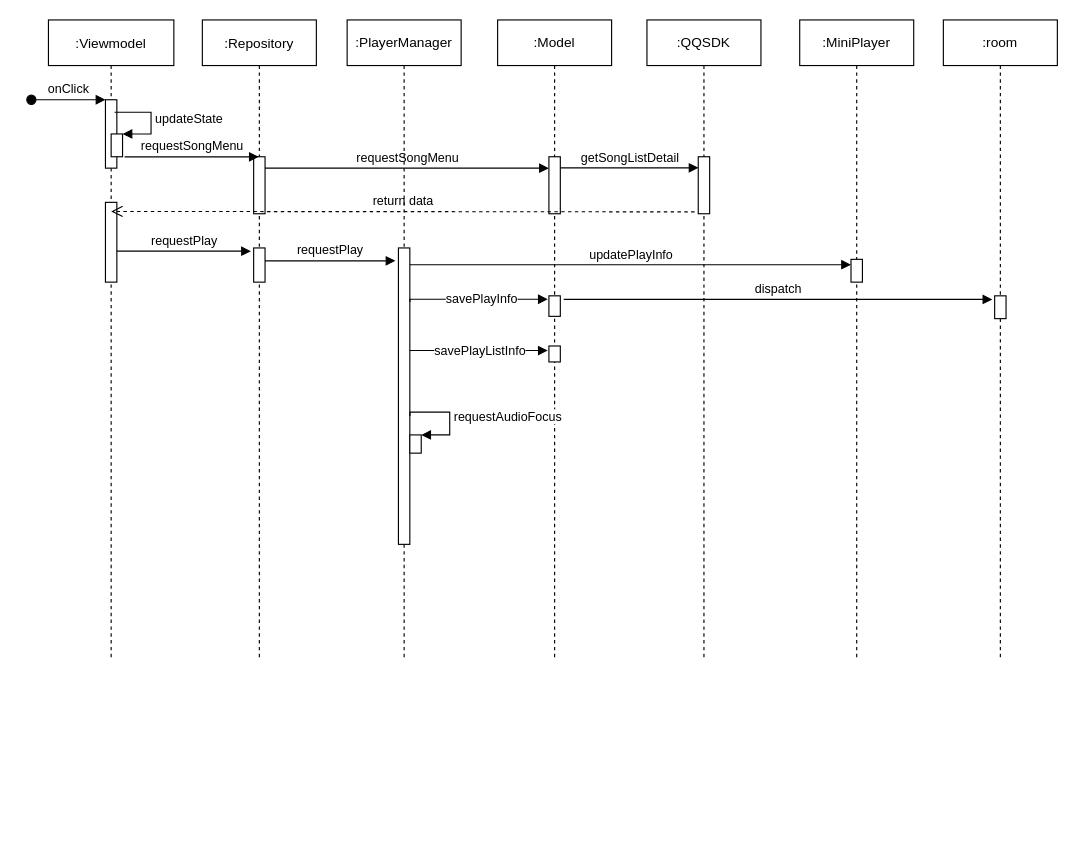
This is Untitled Diagram.drawio from milk1990/AndFix, a draw.io file, before an edit. Source tidied: cells renumbered, new cells numbered last; positions are measured from the earlier drawing's top-left corner, leaving out a move shared by most shapes. Both pictures are drawn from the tidied source at 114%, with x=0, y=0 at pixel (31, 19).
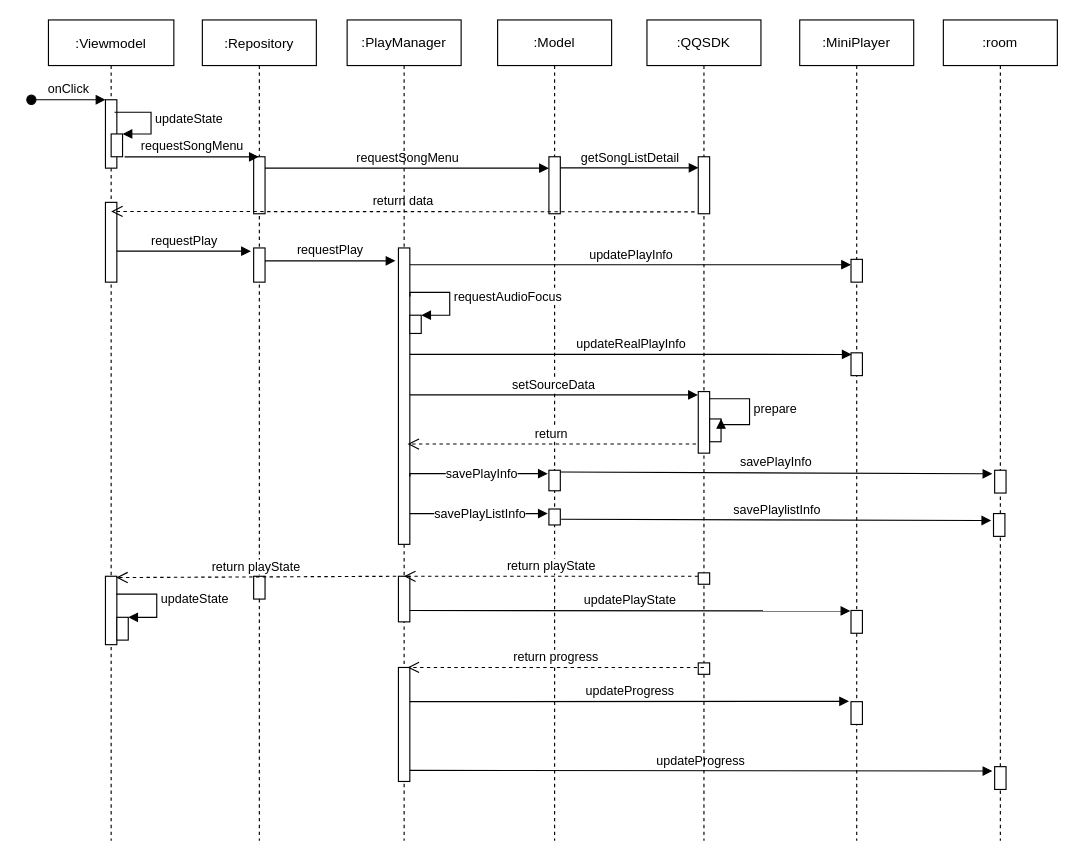
The same page after the edit.

Diff of the diagram source:
```diff
@@
     <mxCell id="2" value=":Viewmodel" style="shape=umlLifeline;perimeter=lifelinePerimeter;rounded=0;shadow=0;strokeWidth=1;" parent="1" vertex="1">
-      <mxGeometry x="15" width="110" height="560" as="geometry" />
+      <mxGeometry x="15" width="110" height="720" as="geometry" />
     </mxCell>
@@
+    <mxCell id="35" style="html=1;points=[];perimeter=orthogonalPerimeter;" parent="2" vertex="1">
+      <mxGeometry x="50" y="488" width="10" height="60" as="geometry" />
+    </mxCell>
+    <mxCell id="36" style="html=1;points=[];perimeter=orthogonalPerimeter;" parent="2" vertex="1">
+      <mxGeometry x="60" y="524" width="10" height="20" as="geometry" />
+    </mxCell>
+    <mxCell id="37" value="updateState" style="edgeStyle=orthogonalEdgeStyle;html=1;align=left;spacingLeft=2;endArrow=block;rounded=0;entryX=1;entryY=0;exitX=0.943;exitY=0.162;exitDx=0;exitDy=0;exitPerimeter=0;" parent="2" edge="1" target="36">
+      <mxGeometry relative="1" as="geometry">
+        <mxPoint x="59.4" y="503.7" as="sourcePoint" />
+        <Array as="points">
+          <mxPoint x="95" y="504" />
+          <mxPoint x="95" y="524" />
+        </Array>
+      </mxGeometry>
+    </mxCell>
     <mxCell id="8" value=":Repository" style="shape=umlLifeline;perimeter=lifelinePerimeter;rounded=0;shadow=0;strokeWidth=1;" parent="1" vertex="1">
-      <mxGeometry x="150" width="100" height="560" as="geometry" />
+      <mxGeometry x="150" width="100" height="720" as="geometry" />
     </mxCell>
@@
+    <mxCell id="38" style="html=1;perimeter=orthogonalPerimeter;" parent="8" vertex="1">
+      <mxGeometry x="45" y="488" width="10" height="20" as="geometry" />
+    </mxCell>
     <mxCell id="12" value=":Model" style="shape=umlLifeline;perimeter=lifelinePerimeter;whiteSpace=wrap;html=1;" parent="1" vertex="1">
-      <mxGeometry x="409" width="100" height="560" as="geometry" />
+      <mxGeometry x="409" width="100" height="720" as="geometry" />
     </mxCell>
@@
     <mxCell id="14" style="html=1;points=[];perimeter=orthogonalPerimeter;" parent="12" vertex="1">
-      <mxGeometry x="45" y="242" width="10" height="18" as="geometry" />
+      <mxGeometry x="45" y="395" width="10" height="18" as="geometry" />
     </mxCell>
     <mxCell id="15" style="html=1;perimeter=orthogonalPerimeter;" parent="12" vertex="1">
-      <mxGeometry x="45" y="286" width="10" height="14" as="geometry" />
+      <mxGeometry x="45" y="429" width="10" height="14" as="geometry" />
     </mxCell>
+    <mxCell id="39" value="updateProgress" style="html=1;verticalAlign=bottom;endArrow=block;rounded=0;entryX=-0.2;entryY=0.193;entryDx=0;entryDy=0;entryPerimeter=0;" parent="12" edge="1" target="53">
+      <mxGeometry relative="1" as="geometry">
+        <mxPoint x="-79" y="658.3" as="sourcePoint" />
+      </mxGeometry>
+    </mxCell>
@@
-    <mxCell id="18" value=":PlayerManager" style="shape=umlLifeline;perimeter=lifelinePerimeter;whiteSpace=wrap;html=1;" parent="1" vertex="1">
-      <mxGeometry x="277" width="100" height="560" as="geometry" />
+    <mxCell id="18" value=":PlayManager" style="shape=umlLifeline;perimeter=lifelinePerimeter;whiteSpace=wrap;html=1;" parent="1" vertex="1">
+      <mxGeometry x="277" width="100" height="720" as="geometry" />
     </mxCell>
@@
     <mxCell id="21" style="html=1;points=[];perimeter=orthogonalPerimeter;" parent="18" vertex="1">
-      <mxGeometry x="55" y="364" width="10" height="16" as="geometry" />
+      <mxGeometry x="55" y="259" width="10" height="16" as="geometry" />
     </mxCell>
     <mxCell id="22" value="requestAudioFocus" style="edgeStyle=orthogonalEdgeStyle;html=1;align=left;spacingLeft=2;endArrow=block;rounded=0;entryX=1;entryY=0;exitX=1.014;exitY=0.311;exitDx=0;exitDy=0;exitPerimeter=0;" parent="18" edge="1" target="21">
       <mxGeometry relative="1" as="geometry">
-        <mxPoint x="55.1" y="347.5" as="sourcePoint" />
+        <mxPoint x="55.1" y="242.5" as="sourcePoint" />
         <Array as="points">
-          <mxPoint x="55" y="344" />
-          <mxPoint x="90" y="344" />
-          <mxPoint x="90" y="364" />
+          <mxPoint x="55" y="239" />
+          <mxPoint x="90" y="239" />
+          <mxPoint x="90" y="259" />
         </Array>
       </mxGeometry>
     </mxCell>
+    <mxCell id="40" style="html=1;perimeter=orthogonalPerimeter;" parent="18" vertex="1">
+      <mxGeometry x="45" y="488" width="10" height="40" as="geometry" />
+    </mxCell>
+    <mxCell id="41" value="updatePlayState" style="html=1;verticalAlign=bottom;endArrow=block;rounded=0;entryX=-0.057;entryY=0.021;entryDx=0;entryDy=0;entryPerimeter=0;" parent="18" edge="1" target="51">
+      <mxGeometry relative="1" as="geometry">
+        <mxPoint x="55" y="518" as="sourcePoint" />
+      </mxGeometry>
+    </mxCell>
+    <mxCell id="42" style="html=1;perimeter=orthogonalPerimeter;" parent="18" vertex="1">
+      <mxGeometry x="45" y="568" width="10" height="100" as="geometry" />
+    </mxCell>
+    <mxCell id="43" value="updateProgress" style="html=1;verticalAlign=bottom;endArrow=block;rounded=0;entryX=-0.171;entryY=-0.014;entryDx=0;entryDy=0;entryPerimeter=0;" parent="18" edge="1" target="52">
+      <mxGeometry relative="1" as="geometry">
+        <mxPoint x="55" y="598" as="sourcePoint" />
+      </mxGeometry>
+    </mxCell>
@@
     <mxCell id="25" value=":QQSDK" style="shape=umlLifeline;perimeter=lifelinePerimeter;whiteSpace=wrap;html=1;" parent="1" vertex="1">
-      <mxGeometry x="540" width="100" height="560" as="geometry" />
+      <mxGeometry x="540" width="100" height="720" as="geometry" />
     </mxCell>
@@
+    <mxCell id="44" style="html=1;perimeter=orthogonalPerimeter;" parent="25" vertex="1">
+      <mxGeometry x="45" y="326" width="10" height="54" as="geometry" />
+    </mxCell>
+    <mxCell id="45" style="html=1;points=[];perimeter=orthogonalPerimeter;" parent="25" vertex="1">
+      <mxGeometry x="55" y="350" width="10" height="20" as="geometry" />
+    </mxCell>
+    <mxCell id="46" value="prepare" style="edgeStyle=orthogonalEdgeStyle;html=1;align=left;spacingLeft=2;endArrow=block;rounded=0;entryX=1;entryY=0;exitX=0.943;exitY=0.164;exitDx=0;exitDy=0;exitPerimeter=0;" parent="25" edge="1" target="45">
+      <mxGeometry relative="1" as="geometry">
+        <mxPoint x="54.4" y="332.3" as="sourcePoint" />
+        <Array as="points">
+          <mxPoint x="90" y="332" />
+          <mxPoint x="90" y="355" />
+        </Array>
+      </mxGeometry>
+    </mxCell>
+    <mxCell id="47" value="return playState" style="html=1;verticalAlign=bottom;endArrow=open;dashed=1;endSize=8;rounded=0;" parent="25" edge="1">
+      <mxGeometry relative="1" as="geometry">
+        <mxPoint x="45" y="488" as="sourcePoint" />
+        <mxPoint x="-213.1" y="488" as="targetPoint" />
+      </mxGeometry>
+    </mxCell>
+    <mxCell id="48" style="html=1;perimeter=orthogonalPerimeter;" parent="25" vertex="1">
+      <mxGeometry x="45" y="564" width="10" height="10" as="geometry" />
+    </mxCell>
+    <mxCell id="49" style="html=1;perimeter=orthogonalPerimeter;" parent="25" vertex="1">
+      <mxGeometry x="45" y="485" width="10" height="10" as="geometry" />
+    </mxCell>
@@
     <mxCell id="28" value=":MiniPlayer" style="shape=umlLifeline;perimeter=lifelinePerimeter;whiteSpace=wrap;html=1;" parent="1" vertex="1">
-      <mxGeometry x="674" width="100" height="560" as="geometry" />
+      <mxGeometry x="674" width="100" height="720" as="geometry" />
     </mxCell>
@@
+    <mxCell id="50" style="html=1;points=[];perimeter=orthogonalPerimeter;" parent="28" vertex="1">
+      <mxGeometry x="45" y="292" width="10" height="20" as="geometry" />
+    </mxCell>
+    <mxCell id="51" style="html=1;points=[];perimeter=orthogonalPerimeter;" parent="28" vertex="1">
+      <mxGeometry x="45" y="518" width="10" height="20" as="geometry" />
+    </mxCell>
+    <mxCell id="52" style="html=1;points=[];perimeter=orthogonalPerimeter;" parent="28" vertex="1">
+      <mxGeometry x="45" y="598" width="10" height="20" as="geometry" />
+    </mxCell>
     <mxCell id="30" value="savePlayInfo" style="edgeStyle=orthogonalEdgeStyle;html=1;align=left;spacingLeft=2;endArrow=block;rounded=0;exitX=1.014;exitY=0.311;exitDx=0;exitDy=0;exitPerimeter=0;" parent="1" edge="1">
       <mxGeometry x="-0.51" relative="1" as="geometry">
-        <mxPoint x="332.1" y="247.5" as="sourcePoint" />
-        <mxPoint x="453" y="245" as="targetPoint" />
+        <mxPoint x="332.1" y="400.5" as="sourcePoint" />
+        <mxPoint x="453" y="398" as="targetPoint" />
         <Array as="points">
-          <mxPoint x="332" y="245" />
-          <mxPoint x="453" y="245" />
+          <mxPoint x="332" y="398" />
+          <mxPoint x="453" y="398" />
         </Array>
       </mxGeometry>
     </mxCell>
     <mxCell id="31" value="savePlayListInfo" style="edgeStyle=orthogonalEdgeStyle;html=1;align=left;spacingLeft=2;endArrow=block;rounded=0;exitX=1.014;exitY=0.311;exitDx=0;exitDy=0;exitPerimeter=0;" parent="1" edge="1">
       <mxGeometry x="-0.7" relative="1" as="geometry">
-        <mxPoint x="332.1" y="290.5" as="sourcePoint" />
-        <mxPoint x="453" y="290" as="targetPoint" />
+        <mxPoint x="332.1" y="433.5" as="sourcePoint" />
+        <mxPoint x="453" y="433" as="targetPoint" />
         <Array as="points">
-          <mxPoint x="453" y="291" />
+          <mxPoint x="453" y="434" />
         </Array>
       </mxGeometry>
     </mxCell>
     <mxCell id="32" value=":room" style="shape=umlLifeline;perimeter=lifelinePerimeter;whiteSpace=wrap;html=1;" parent="1" vertex="1">
-      <mxGeometry x="800" width="100" height="560" as="geometry" />
+      <mxGeometry x="800" width="100" height="720" as="geometry" />
     </mxCell>
     <mxCell id="33" style="html=1;points=[];perimeter=orthogonalPerimeter;" parent="32" vertex="1">
-      <mxGeometry x="45" y="242" width="10" height="20" as="geometry" />
+      <mxGeometry x="45" y="395" width="10" height="20" as="geometry" />
     </mxCell>
+    <mxCell id="53" style="html=1;points=[];perimeter=orthogonalPerimeter;" parent="32" vertex="1">
+      <mxGeometry x="45" y="655" width="10" height="20" as="geometry" />
+    </mxCell>
-    <mxCell id="34" value="dispatch" style="html=1;verticalAlign=bottom;endArrow=block;rounded=0;exitX=1.3;exitY=0.175;exitDx=0;exitDy=0;exitPerimeter=0;entryX=-0.2;entryY=0.157;entryDx=0;entryDy=0;entryPerimeter=0;" parent="1" edge="1" source="14" target="33">
+    <mxCell id="34" value="savePlayInfo" style="html=1;verticalAlign=bottom;endArrow=block;rounded=0;exitX=1.014;exitY=0.087;exitDx=0;exitDy=0;exitPerimeter=0;entryX=-0.2;entryY=0.157;entryDx=0;entryDy=0;entryPerimeter=0;" parent="1" edge="1" source="14" target="33">
       <mxGeometry relative="1" as="geometry" />
     </mxCell>
+    <mxCell id="54" style="html=1;perimeter=orthogonalPerimeter;" parent="1" vertex="1">
+      <mxGeometry x="844" y="433" width="10" height="20" as="geometry" />
+    </mxCell>
+    <mxCell id="55" value="savePlaylistInfo" style="html=1;verticalAlign=bottom;endArrow=block;rounded=0;exitX=1.071;exitY=0.071;exitDx=0;exitDy=0;exitPerimeter=0;entryX=-0.2;entryY=0.157;entryDx=0;entryDy=0;entryPerimeter=0;" parent="1" edge="1">
+      <mxGeometry relative="1" as="geometry">
+        <mxPoint x="464.7" y="438" as="sourcePoint" />
+        <mxPoint x="842" y="439.1" as="targetPoint" />
+      </mxGeometry>
+    </mxCell>
+    <mxCell id="56" value="setSourceData" style="html=1;verticalAlign=bottom;endArrow=block;rounded=0;entryX=-0.029;entryY=0.119;entryDx=0;entryDy=0;entryPerimeter=0;" parent="1" edge="1">
+      <mxGeometry relative="1" as="geometry">
+        <mxPoint x="332" y="328.9" as="sourcePoint" />
+        <mxPoint x="584.7" y="328.9" as="targetPoint" />
+      </mxGeometry>
+    </mxCell>
+    <mxCell id="57" value="updateRealPlayInfo" style="html=1;verticalAlign=bottom;endArrow=block;rounded=0;entryX=0.057;entryY=0.071;entryDx=0;entryDy=0;entryPerimeter=0;" parent="1" edge="1" target="50">
+      <mxGeometry relative="1" as="geometry">
+        <mxPoint x="332" y="293.4" as="sourcePoint" />
+      </mxGeometry>
+    </mxCell>
+    <mxCell id="58" value="return progress" style="html=1;verticalAlign=bottom;endArrow=open;dashed=1;endSize=8;rounded=0;" parent="1" edge="1">
+      <mxGeometry relative="1" as="geometry">
+        <mxPoint x="590" y="568" as="sourcePoint" />
+        <mxPoint x="330" y="568" as="targetPoint" />
+      </mxGeometry>
+    </mxCell>
+    <mxCell id="59" value="return playState" style="html=1;verticalAlign=bottom;endArrow=open;dashed=1;endSize=8;rounded=0;entryX=0.943;entryY=0.019;entryDx=0;entryDy=0;entryPerimeter=0;" parent="1" edge="1" target="35">
+      <mxGeometry relative="1" as="geometry">
+        <mxPoint x="320" y="488" as="sourcePoint" />
+      </mxGeometry>
+    </mxCell>
+    <mxCell id="60" value="return" style="html=1;verticalAlign=bottom;endArrow=open;dashed=1;endSize=8;rounded=0;exitX=-0.2;exitY=1;exitDx=0;exitDy=0;exitPerimeter=0;" parent="1" edge="1">
+      <mxGeometry relative="1" as="geometry">
+        <mxPoint x="583" y="372" as="sourcePoint" />
+        <mxPoint x="330" y="372" as="targetPoint" />
+      </mxGeometry>
+    </mxCell>
```
